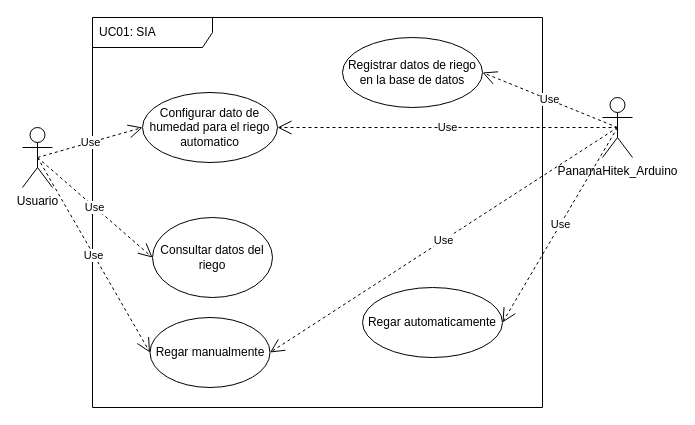
Before: UseCaseSIA.drawio in Vladimirjon/SIA, a draw.io diagram. Source tidied: cells renumbered, new cells numbered last; positions are measured from the earlier drawing's top-left corner, leaving out a move shared by most shapes. Both pictures are drawn from the tidied source at 100%, with x=0, y=0 at pixel (22, 17).
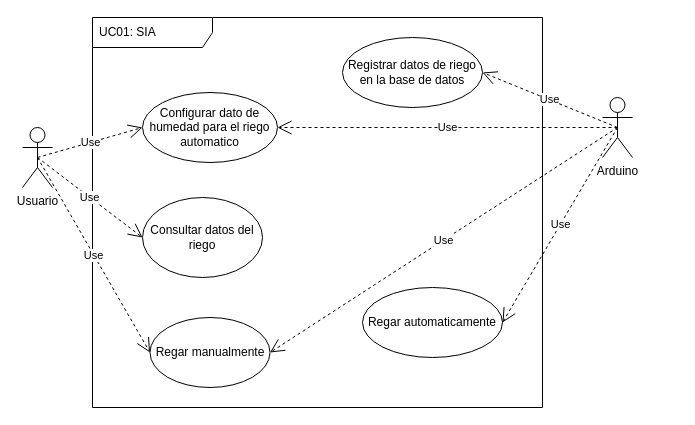
After the change.

Commit message (it also covers changes not shown here):
Cambio en Diagrama y Use Case

What changed in the source:
```diff
@@
 <mxGraphModel>
   <root>
     <mxCell id="0" />
     <mxCell id="1" parent="0" />
     <mxCell id="2" value="UC01: SIA" style="shape=umlFrame;whiteSpace=wrap;html=1;width=120;height=30;boundedLbl=1;verticalAlign=middle;align=left;spacingLeft=5;" parent="1" vertex="1">
       <mxGeometry x="70" width="450" height="390" as="geometry" />
     </mxCell>
     <mxCell id="3" value="Configurar dato de humedad para el riego automatico" style="ellipse;whiteSpace=wrap;html=1;" parent="1" vertex="1">
       <mxGeometry x="120" y="75" width="135" height="70" as="geometry" />
     </mxCell>
     <mxCell id="4" value="Registrar datos de riego en la base de datos" style="ellipse;whiteSpace=wrap;html=1;" parent="1" vertex="1">
       <mxGeometry x="320" y="20" width="140" height="70" as="geometry" />
     </mxCell>
     <mxCell id="5" value="Usuario" style="shape=umlActor;verticalLabelPosition=bottom;verticalAlign=top;html=1;" parent="1" vertex="1">
       <mxGeometry y="110" width="30" height="60" as="geometry" />
     </mxCell>
-    <mxCell id="6" value="PanamaHitek_Arduino" style="shape=umlActor;verticalLabelPosition=bottom;verticalAlign=top;html=1;" parent="1" vertex="1">
+    <mxCell id="6" value="Arduino" style="shape=umlActor;verticalLabelPosition=bottom;verticalAlign=top;html=1;" parent="1" vertex="1">
       <mxGeometry x="580" y="80" width="30" height="60" as="geometry" />
     </mxCell>
     <mxCell id="7" value="Consultar datos del riego" style="ellipse;whiteSpace=wrap;html=1;" parent="1" vertex="1">
-      <mxGeometry x="130" y="200" width="120" height="80" as="geometry" />
+      <mxGeometry x="120" y="180" width="120" height="80" as="geometry" />
     </mxCell>
     <mxCell id="8" value="Regar manualmente" style="ellipse;whiteSpace=wrap;html=1;" parent="1" vertex="1">
       <mxGeometry x="127.5" y="300" width="120" height="70" as="geometry" />
     </mxCell>
     <mxCell id="9" value="Regar automaticamente" style="ellipse;whiteSpace=wrap;html=1;" parent="1" vertex="1">
       <mxGeometry x="340" y="270" width="140" height="70" as="geometry" />
     </mxCell>
     <mxCell id="10" value="Use" style="endArrow=open;endSize=12;dashed=1;html=1;exitX=0.5;exitY=0.5;exitDx=0;exitDy=0;exitPerimeter=0;entryX=0;entryY=0.5;entryDx=0;entryDy=0;" parent="1" edge="1" source="5" target="3">
       <mxGeometry relative="1" as="geometry" />
     </mxCell>
     <mxCell id="11" value="Use" style="endArrow=open;endSize=12;dashed=1;html=1;exitX=0.5;exitY=0.5;exitDx=0;exitDy=0;exitPerimeter=0;entryX=0;entryY=0.5;entryDx=0;entryDy=0;" parent="1" edge="1" source="5" target="7">
       <mxGeometry relative="1" as="geometry" />
     </mxCell>
     <mxCell id="12" value="Use" style="endArrow=open;endSize=12;dashed=1;html=1;exitX=0.5;exitY=0.5;exitDx=0;exitDy=0;exitPerimeter=0;entryX=0;entryY=0.5;entryDx=0;entryDy=0;" parent="1" edge="1" source="5" target="8">
       <mxGeometry relative="1" as="geometry" />
     </mxCell>
     <mxCell id="13" value="Use" style="endArrow=open;endSize=12;dashed=1;html=1;entryX=1;entryY=0.5;entryDx=0;entryDy=0;exitX=0.5;exitY=0.5;exitDx=0;exitDy=0;exitPerimeter=0;" parent="1" edge="1" source="6" target="4">
       <mxGeometry relative="1" as="geometry" />
     </mxCell>
     <mxCell id="14" value="Use" style="endArrow=open;endSize=12;dashed=1;html=1;exitX=0.5;exitY=0.5;exitDx=0;exitDy=0;exitPerimeter=0;entryX=1;entryY=0.5;entryDx=0;entryDy=0;" parent="1" edge="1" source="6" target="9">
       <mxGeometry relative="1" as="geometry" />
     </mxCell>
     <mxCell id="15" value="Use" style="endArrow=open;endSize=12;dashed=1;html=1;exitX=0.5;exitY=0.5;exitDx=0;exitDy=0;exitPerimeter=0;entryX=1;entryY=0.5;entryDx=0;entryDy=0;" parent="1" edge="1" source="6" target="3">
       <mxGeometry relative="1" as="geometry" />
     </mxCell>
     <mxCell id="16" value="Use" style="endArrow=open;endSize=12;dashed=1;html=1;exitX=0.5;exitY=0.5;exitDx=0;exitDy=0;exitPerimeter=0;entryX=1;entryY=0.5;entryDx=0;entryDy=0;" parent="1" edge="1" source="6" target="8">
       <mxGeometry relative="1" as="geometry" />
     </mxCell>
   </root>
 </mxGraphModel>
```
